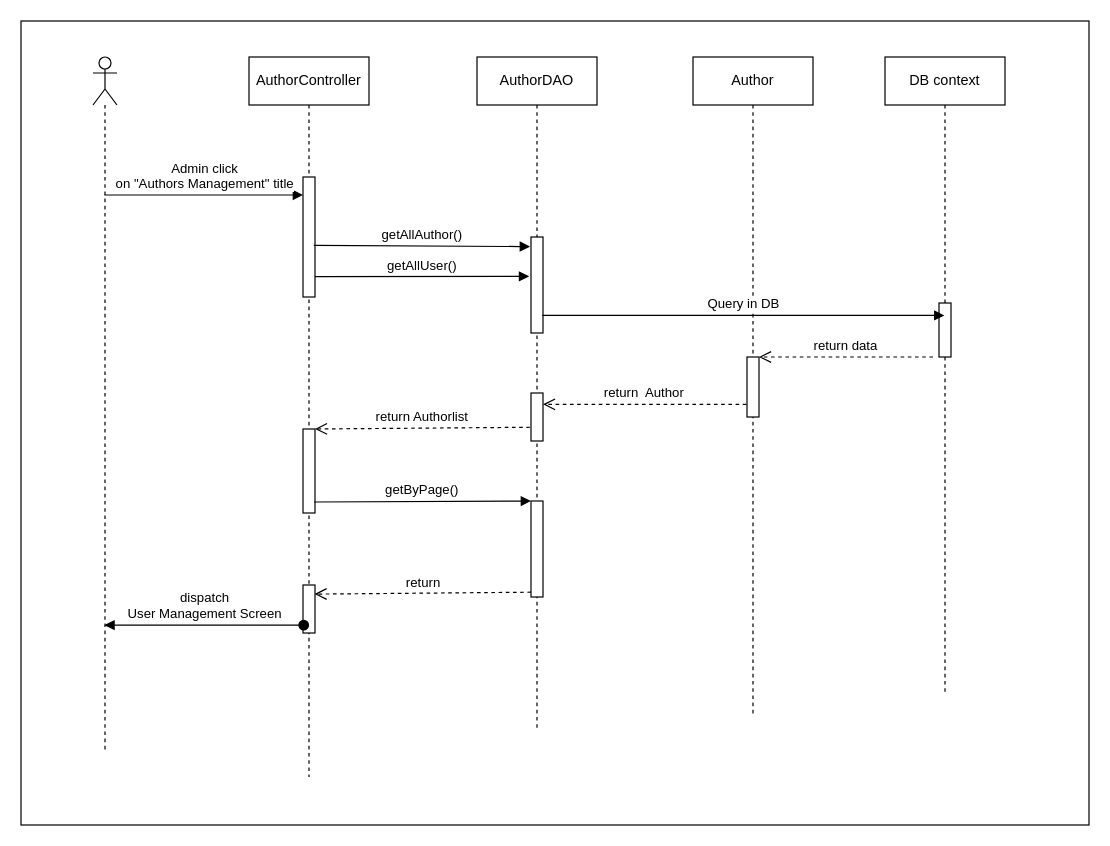
Before: page "Trang-2" (2 of 8) of te3.drawio in baspdd/desktop-tutorial, a draw.io diagram. Source tidied: cells renumbered, new cells numbered last; positions are measured from the earlier drawing's top-left corner, leaving out a move shared by most shapes. Both pictures are drawn from the tidied source at 120%, with x=0, y=0 at pixel (20, 20).
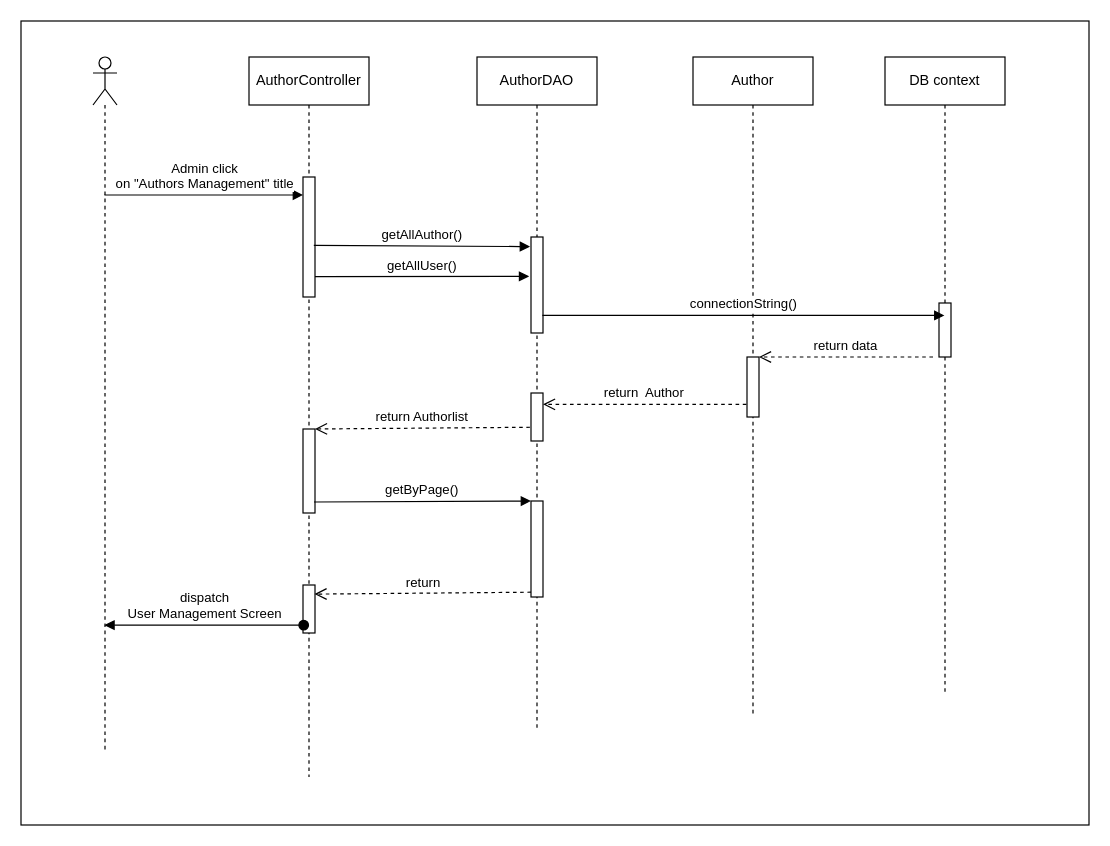
The same diagram, later.

The change refers to these unchanged cells:
```xml
<mxCell id="9" style="html=1;points=[];perimeter=orthogonalPerimeter;" parent="8" vertex="1">
  <mxGeometry x="45" y="150" width="10" height="80" as="geometry" />
</mxCell>
<mxCell id="14" value="DB context" style="shape=umlLifeline;perimeter=lifelinePerimeter;whiteSpace=wrap;html=1;outlineConnect=0;" parent="1" vertex="1">
  <mxGeometry x="720" y="30" width="100" height="530" as="geometry" />
</mxCell>
```

The edit, as a diff of the source:
```diff
@@
-    <mxCell id="17" value="Query in DB" style="html=1;verticalAlign=bottom;endArrow=block;rounded=0;exitX=0.948;exitY=0.817;exitDx=0;exitDy=0;exitPerimeter=0;" parent="1" edge="1" source="9" target="14">
+    <mxCell id="17" value="connectionString()" style="html=1;verticalAlign=bottom;endArrow=block;rounded=0;exitX=0.948;exitY=0.817;exitDx=0;exitDy=0;exitPerimeter=0;" parent="1" edge="1" source="9" target="14">
       <mxGeometry relative="1" as="geometry" />
     </mxCell>
```
